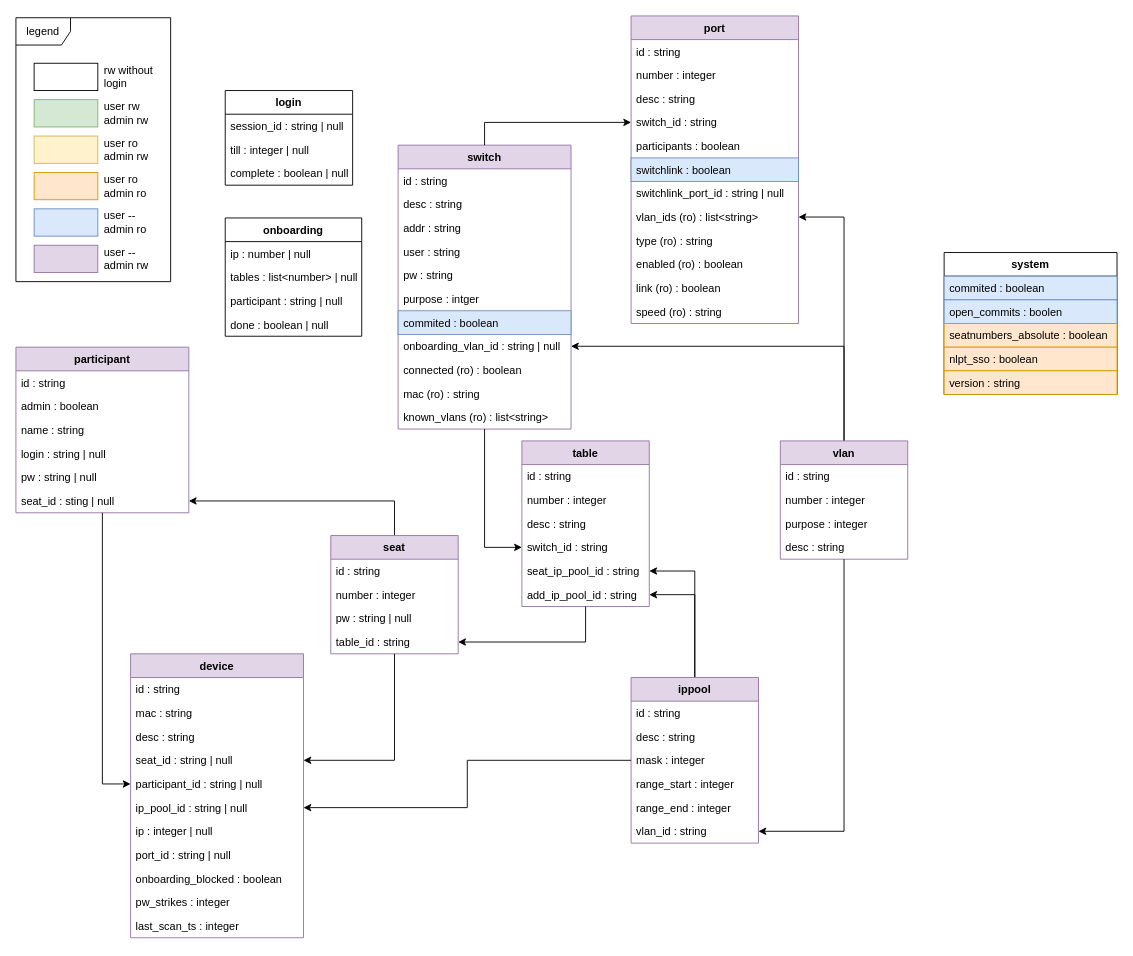
Before: docs/api.drawio in nils-ost/LanPartyOnboardingSystem, a draw.io diagram. Source tidied: cells renumbered, new cells numbered last; positions are measured from the earlier drawing's top-left corner, leaving out a move shared by most shapes. Both pictures are drawn from the tidied source at 91%, with x=0, y=0 at pixel (15, 15).
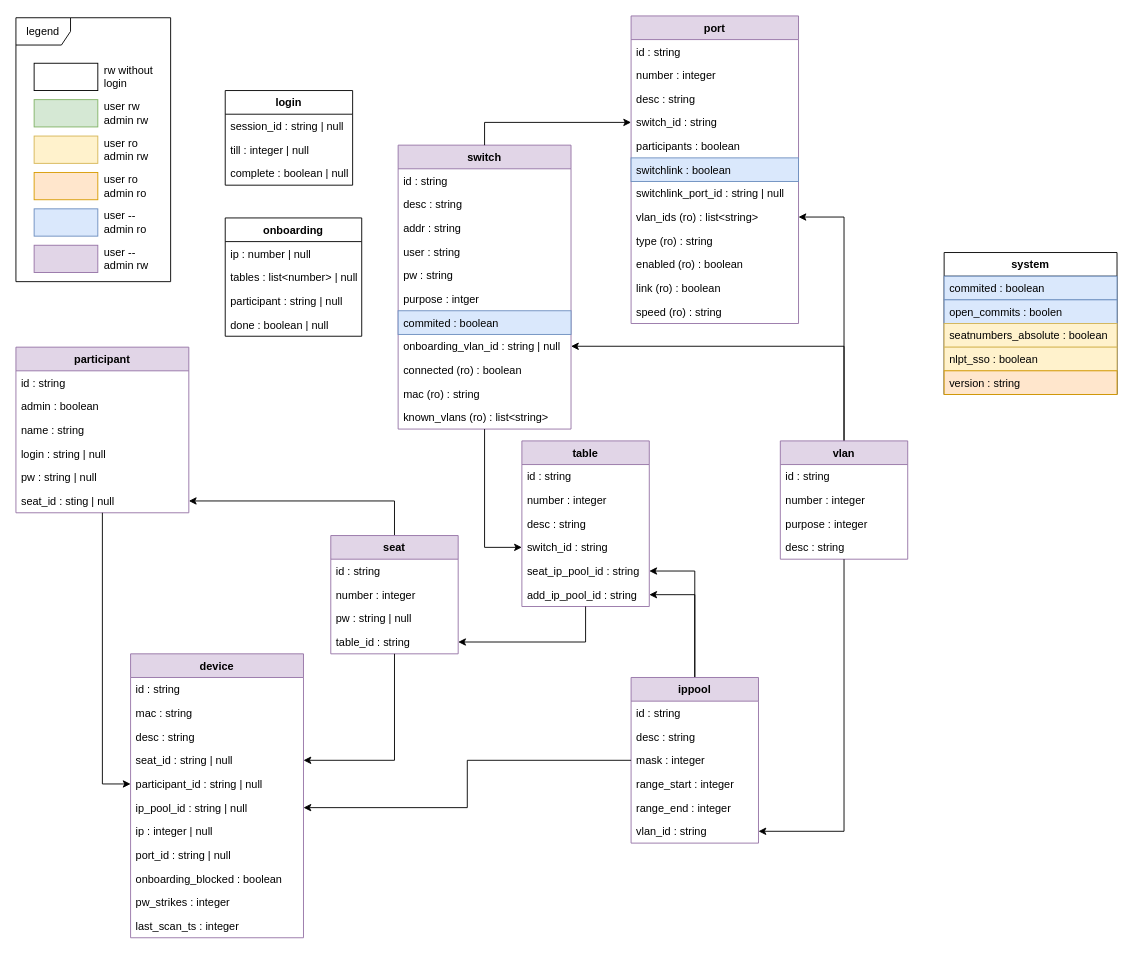
After the change.

Unchanged cells that the change refers to:
```xml
<mxCell id="86" value="system" style="swimlane;fontStyle=1;horizontal=1;startSize=26;fillColor=none;" parent="1" vertex="1">
  <mxGeometry x="1020" y="260" width="190" height="156" as="geometry" />
</mxCell>
```

Diff of the diagram source:
```diff
@@
-    <mxCell id="89" value="seatnumbers_absolute : boolean" style="text;strokeColor=#d79b00;fillColor=#ffe6cc;align=left;verticalAlign=top;spacingLeft=4;spacingRight=4;overflow=hidden;" parent="86" vertex="1">
+    <mxCell id="89" value="seatnumbers_absolute : boolean" style="text;strokeColor=#d6b656;fillColor=#fff2cc;align=left;verticalAlign=top;spacingLeft=4;spacingRight=4;overflow=hidden;" parent="86" vertex="1">
       <mxGeometry y="78" width="190" height="26" as="geometry" />
     </mxCell>
-    <mxCell id="90" value="nlpt_sso : boolean" style="text;strokeColor=#d79b00;fillColor=#ffe6cc;align=left;verticalAlign=top;spacingLeft=4;spacingRight=4;overflow=hidden;" parent="86" vertex="1">
+    <mxCell id="90" value="nlpt_sso : boolean" style="text;strokeColor=#d6b656;fillColor=#fff2cc;align=left;verticalAlign=top;spacingLeft=4;spacingRight=4;overflow=hidden;" parent="86" vertex="1">
       <mxGeometry y="104" width="190" height="26" as="geometry" />
     </mxCell>
```
